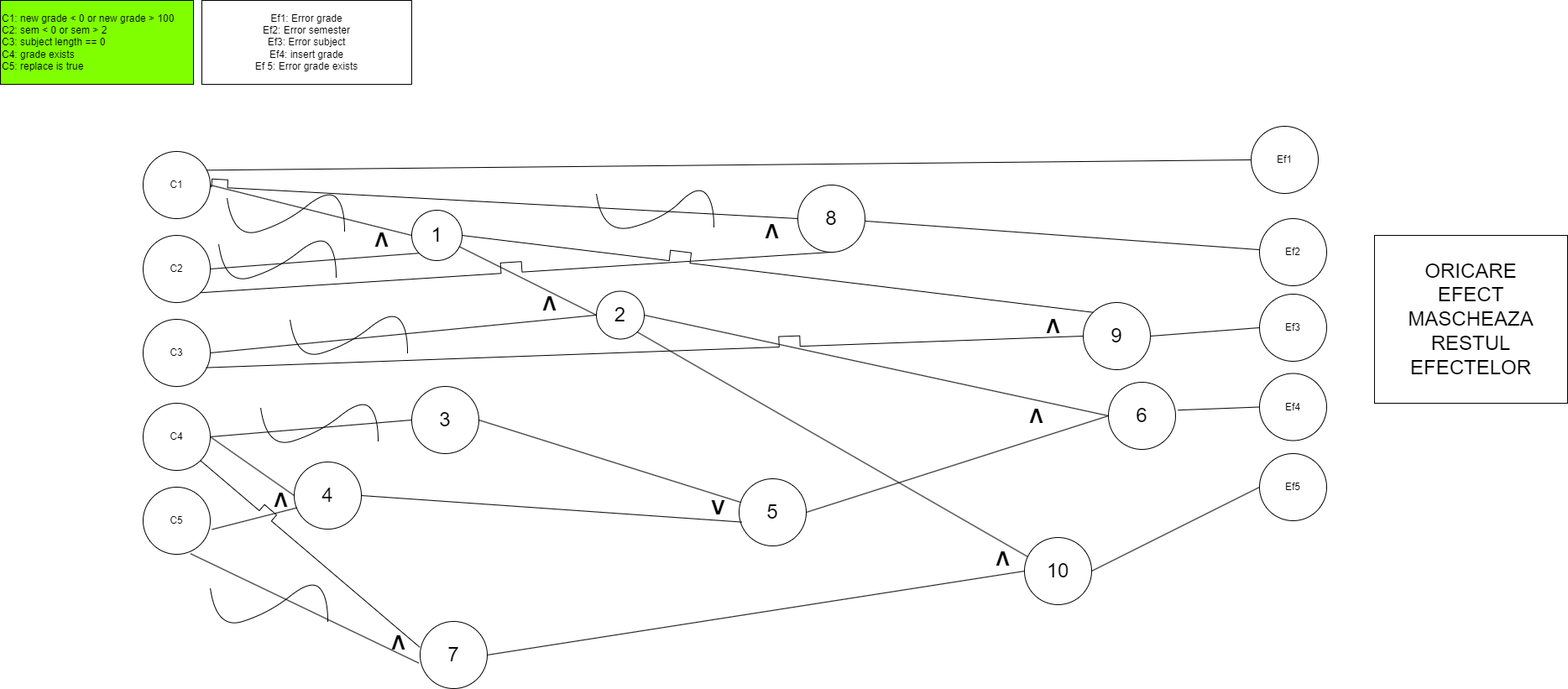
This is Functional/Cause_effect_graph/Documents/Method1_cause-effect_graph.drawio.png from Swizop/proiect-testarea-sistemelor-software, a draw.io export, as it was before one commit. Source tidied: cells renumbered, new cells last; positions are measured from the earlier drawing's top-left corner, leaving out a move shared by most shapes. Its diagram source:
```xml
<mxGraphModel>
  <root>
    <mxCell id="0" />
    <mxCell id="1" parent="0" />
    <mxCell id="2" value="C1" style="ellipse;whiteSpace=wrap;html=1;" parent="1" vertex="1">
      <mxGeometry x="170" y="180" width="80" height="80" as="geometry" />
    </mxCell>
    <mxCell id="3" value="C2" style="ellipse;whiteSpace=wrap;html=1;" parent="1" vertex="1">
      <mxGeometry x="170" y="280" width="80" height="80" as="geometry" />
    </mxCell>
    <mxCell id="4" value="C3" style="ellipse;whiteSpace=wrap;html=1;" parent="1" vertex="1">
      <mxGeometry x="170" y="380" width="80" height="80" as="geometry" />
    </mxCell>
    <mxCell id="5" value="C4" style="ellipse;whiteSpace=wrap;html=1;" parent="1" vertex="1">
      <mxGeometry x="170" y="480" width="80" height="80" as="geometry" />
    </mxCell>
    <mxCell id="6" value="&lt;div style=&quot;&quot;&gt;C1: new grade &amp;lt; 0 or new grade &amp;gt; 100&lt;/div&gt;&lt;div style=&quot;&quot;&gt;C2: sem &amp;lt; 0 or sem &amp;gt; 2&lt;br&gt;C3: subject length == 0&lt;/div&gt;&lt;div style=&quot;&quot;&gt;C4: grade exists&lt;/div&gt;&lt;div style=&quot;&quot;&gt;C5: replace is true&lt;/div&gt;" style="rounded=0;whiteSpace=wrap;html=1;labelBackgroundColor=#80FF00;fillColor=#80FF00;align=left;" parent="1" vertex="1">
      <mxGeometry width="230" height="100" as="geometry" />
    </mxCell>
    <mxCell id="7" value="Ef1: Error grade&lt;br&gt;Ef2: Error semester&lt;br&gt;Ef3: Error subject&lt;br&gt;Ef4: insert grade&lt;br&gt;Ef 5: Error grade exists" style="rounded=0;whiteSpace=wrap;html=1;labelBackgroundColor=none;fillColor=none;" parent="1" vertex="1">
      <mxGeometry x="240" width="250" height="100" as="geometry" />
    </mxCell>
    <mxCell id="8" value="Ef1" style="ellipse;whiteSpace=wrap;html=1;" parent="1" vertex="1">
      <mxGeometry x="1490" y="150" width="80" height="80" as="geometry" />
    </mxCell>
    <mxCell id="9" value="Ef2" style="ellipse;whiteSpace=wrap;html=1;" parent="1" vertex="1">
      <mxGeometry x="1500" y="260" width="80" height="80" as="geometry" />
    </mxCell>
    <mxCell id="10" value="Ef3" style="ellipse;whiteSpace=wrap;html=1;" parent="1" vertex="1">
      <mxGeometry x="1500" y="350" width="80" height="80" as="geometry" />
    </mxCell>
    <mxCell id="11" value="Ef4" style="ellipse;whiteSpace=wrap;html=1;" parent="1" vertex="1">
      <mxGeometry x="1500" y="444.5" width="80" height="80" as="geometry" />
    </mxCell>
    <mxCell id="12" value="Ef5" style="ellipse;whiteSpace=wrap;html=1;" parent="1" vertex="1">
      <mxGeometry x="1500" y="540" width="80" height="80" as="geometry" />
    </mxCell>
    <mxCell id="13" style="endArrow=none;html=1;rounded=0;exitX=1;exitY=0.5;exitDx=0;exitDy=0;entryX=0;entryY=0.5;entryDx=0;entryDy=0;" parent="1" edge="1" source="2" target="14">
      <mxGeometry relative="1" as="geometry" />
    </mxCell>
    <mxCell id="14" value="&lt;font style=&quot;font-size: 24px;&quot;&gt;1&lt;/font&gt;" style="ellipse;whiteSpace=wrap;html=1;labelBackgroundColor=none;fillColor=none;" parent="1" vertex="1">
      <mxGeometry x="490" y="250" width="60" height="60" as="geometry" />
    </mxCell>
    <mxCell id="15" style="curved=1;endArrow=none;html=1;rounded=0;endFill=0;" parent="1" edge="1">
      <mxGeometry relative="1" as="geometry">
        <mxPoint x="270" y="235" as="sourcePoint" />
        <mxPoint x="410" y="275" as="targetPoint" />
        <Array as="points">
          <mxPoint x="277" y="285" />
          <mxPoint x="340" y="265" />
          <mxPoint x="390" y="225" />
          <mxPoint x="410" y="245" />
        </Array>
      </mxGeometry>
    </mxCell>
    <mxCell id="16" style="endArrow=none;html=1;rounded=0;entryX=0;entryY=1;entryDx=0;entryDy=0;exitX=1;exitY=0.5;exitDx=0;exitDy=0;" parent="1" edge="1" source="3" target="14">
      <mxGeometry relative="1" as="geometry" />
    </mxCell>
    <mxCell id="17" style="curved=1;endArrow=none;html=1;rounded=0;endFill=0;" parent="1" edge="1">
      <mxGeometry relative="1" as="geometry">
        <mxPoint x="260" y="290" as="sourcePoint" />
        <mxPoint x="400" y="330" as="targetPoint" />
        <Array as="points">
          <mxPoint x="267" y="340" />
          <mxPoint x="330" y="320" />
          <mxPoint x="380" y="280" />
          <mxPoint x="400" y="300" />
        </Array>
      </mxGeometry>
    </mxCell>
    <mxCell id="18" style="endArrow=none;html=1;rounded=0;fontSize=24;exitX=1;exitY=0.5;exitDx=0;exitDy=0;entryX=0;entryY=0.5;entryDx=0;entryDy=0;" parent="1" edge="1" source="4" target="20">
      <mxGeometry relative="1" as="geometry" />
    </mxCell>
    <mxCell id="19" style="curved=1;endArrow=none;html=1;rounded=0;endFill=0;" parent="1" edge="1">
      <mxGeometry relative="1" as="geometry">
        <mxPoint x="345" y="380" as="sourcePoint" />
        <mxPoint x="485" y="420" as="targetPoint" />
        <Array as="points">
          <mxPoint x="352" y="430" />
          <mxPoint x="415" y="410" />
          <mxPoint x="465" y="370" />
          <mxPoint x="485" y="390" />
        </Array>
      </mxGeometry>
    </mxCell>
    <mxCell id="20" value="2" style="ellipse;whiteSpace=wrap;html=1;labelBackgroundColor=none;fontSize=24;fillColor=none;" parent="1" vertex="1">
      <mxGeometry x="710" y="346.5" width="57" height="57" as="geometry" />
    </mxCell>
    <mxCell id="21" value="C5" style="ellipse;whiteSpace=wrap;html=1;" parent="1" vertex="1">
      <mxGeometry x="170" y="580" width="80" height="80" as="geometry" />
    </mxCell>
    <mxCell id="22" style="endArrow=none;html=1;rounded=0;fontSize=24;entryX=0;entryY=0.5;entryDx=0;entryDy=0;" parent="1" edge="1" source="14" target="20">
      <mxGeometry relative="1" as="geometry" />
    </mxCell>
    <mxCell id="23" style="endArrow=none;html=1;rounded=0;fontSize=24;exitX=1;exitY=0.5;exitDx=0;exitDy=0;entryX=0;entryY=0.5;entryDx=0;entryDy=0;" parent="1" edge="1" source="5" target="25">
      <mxGeometry relative="1" as="geometry" />
    </mxCell>
    <mxCell id="24" style="endArrow=none;html=1;rounded=0;fontSize=24;exitX=1.025;exitY=0.63;exitDx=0;exitDy=0;exitPerimeter=0;entryX=0.042;entryY=0.682;entryDx=0;entryDy=0;entryPerimeter=0;" parent="1" edge="1" source="21" target="25">
      <mxGeometry relative="1" as="geometry" />
    </mxCell>
    <mxCell id="25" value="&lt;font style=&quot;font-size: 24px;&quot;&gt;4&lt;/font&gt;" style="ellipse;whiteSpace=wrap;html=1;labelBackgroundColor=none;fillColor=none;" parent="1" vertex="1">
      <mxGeometry x="350" y="550" width="80" height="80" as="geometry" />
    </mxCell>
    <mxCell id="26" value="V" style="text;html=1;align=center;verticalAlign=middle;strokeColor=none;fillColor=none;fontSize=24;fontStyle=1;" parent="1" vertex="1">
      <mxGeometry x="840" y="590" width="30" height="30" as="geometry" />
    </mxCell>
    <mxCell id="27" value="&lt;font style=&quot;font-size: 24px;&quot;&gt;3&lt;/font&gt;" style="ellipse;whiteSpace=wrap;html=1;labelBackgroundColor=none;fillColor=none;" parent="1" vertex="1">
      <mxGeometry x="490" y="460" width="80" height="80" as="geometry" />
    </mxCell>
    <mxCell id="28" style="endArrow=none;html=1;rounded=0;fontSize=24;exitX=1;exitY=0.5;exitDx=0;exitDy=0;entryX=0;entryY=0.5;entryDx=0;entryDy=0;" parent="1" edge="1" source="5" target="27">
      <mxGeometry relative="1" as="geometry" />
    </mxCell>
    <mxCell id="29" style="curved=1;endArrow=none;html=1;rounded=0;endFill=0;" parent="1" edge="1">
      <mxGeometry relative="1" as="geometry">
        <mxPoint x="310" y="485" as="sourcePoint" />
        <mxPoint x="450" y="525" as="targetPoint" />
        <Array as="points">
          <mxPoint x="317" y="535" />
          <mxPoint x="380" y="515" />
          <mxPoint x="430" y="475" />
          <mxPoint x="450" y="495" />
        </Array>
      </mxGeometry>
    </mxCell>
    <mxCell id="30" style="endArrow=none;html=1;rounded=0;fontSize=24;exitX=1;exitY=0.5;exitDx=0;exitDy=0;entryX=0.04;entryY=0.645;entryDx=0;entryDy=0;entryPerimeter=0;" parent="1" edge="1" source="25" target="32">
      <mxGeometry relative="1" as="geometry" />
    </mxCell>
    <mxCell id="31" style="endArrow=none;html=1;rounded=0;fontSize=24;exitX=1;exitY=0.5;exitDx=0;exitDy=0;" parent="1" edge="1" source="27" target="32">
      <mxGeometry relative="1" as="geometry" />
    </mxCell>
    <mxCell id="32" value="&lt;font style=&quot;font-size: 24px;&quot;&gt;5&lt;/font&gt;" style="ellipse;whiteSpace=wrap;html=1;labelBackgroundColor=none;fillColor=none;" parent="1" vertex="1">
      <mxGeometry x="880" y="570" width="80" height="80" as="geometry" />
    </mxCell>
    <mxCell id="33" value="V" style="text;html=1;align=center;verticalAlign=middle;strokeColor=none;fillColor=none;fontSize=24;fontStyle=1;rotation=-180;" parent="1" vertex="1">
      <mxGeometry x="440" y="270" width="30" height="30" as="geometry" />
    </mxCell>
    <mxCell id="34" value="V" style="text;html=1;align=center;verticalAlign=middle;strokeColor=none;fillColor=none;fontSize=24;fontStyle=1;rotation=-180;" parent="1" vertex="1">
      <mxGeometry x="640" y="346.5" width="30" height="30" as="geometry" />
    </mxCell>
    <mxCell id="35" value="V" style="text;html=1;align=center;verticalAlign=middle;strokeColor=none;fillColor=none;fontSize=24;fontStyle=1;rotation=-180;" parent="1" vertex="1">
      <mxGeometry x="320" y="580" width="30" height="30" as="geometry" />
    </mxCell>
    <mxCell id="36" style="endArrow=none;html=1;rounded=0;fontSize=24;exitX=1;exitY=0.5;exitDx=0;exitDy=0;entryX=0;entryY=0.5;entryDx=0;entryDy=0;" parent="1" edge="1" source="20" target="38">
      <mxGeometry relative="1" as="geometry" />
    </mxCell>
    <mxCell id="37" style="endArrow=none;html=1;rounded=0;fontSize=24;exitX=1;exitY=0.5;exitDx=0;exitDy=0;entryX=0;entryY=0.5;entryDx=0;entryDy=0;" parent="1" edge="1" source="32" target="38">
      <mxGeometry relative="1" as="geometry" />
    </mxCell>
    <mxCell id="38" value="&lt;span style=&quot;font-size: 24px;&quot;&gt;6&lt;/span&gt;" style="ellipse;whiteSpace=wrap;html=1;labelBackgroundColor=none;fillColor=none;" parent="1" vertex="1">
      <mxGeometry x="1320" y="455" width="80" height="80" as="geometry" />
    </mxCell>
    <mxCell id="39" value="V" style="text;html=1;align=center;verticalAlign=middle;strokeColor=none;fillColor=none;fontSize=24;fontStyle=1;rotation=-180;" parent="1" vertex="1">
      <mxGeometry x="1220" y="480" width="30" height="30" as="geometry" />
    </mxCell>
    <mxCell id="40" style="endArrow=none;html=1;rounded=0;fontSize=24;exitX=1.035;exitY=0.415;exitDx=0;exitDy=0;entryX=0;entryY=0.5;entryDx=0;entryDy=0;exitPerimeter=0;" parent="1" edge="1" source="38" target="11">
      <mxGeometry relative="1" as="geometry" />
    </mxCell>
    <mxCell id="41" style="endArrow=none;html=1;rounded=0;fontSize=24;exitX=1;exitY=1;exitDx=0;exitDy=0;entryX=-0.005;entryY=0.385;entryDx=0;entryDy=0;entryPerimeter=0;jumpStyle=sharp;jumpSize=19;" parent="1" edge="1" source="5" target="44">
      <mxGeometry relative="1" as="geometry" />
    </mxCell>
    <mxCell id="42" style="endArrow=none;html=1;rounded=0;fontSize=24;exitX=0.705;exitY=0.99;exitDx=0;exitDy=0;exitPerimeter=0;entryX=-0.02;entryY=0.62;entryDx=0;entryDy=0;entryPerimeter=0;" parent="1" edge="1" source="21" target="44">
      <mxGeometry relative="1" as="geometry" />
    </mxCell>
    <mxCell id="43" style="curved=1;endArrow=none;html=1;rounded=0;endFill=0;" parent="1" edge="1">
      <mxGeometry relative="1" as="geometry">
        <mxPoint x="250" y="700" as="sourcePoint" />
        <mxPoint x="390" y="740" as="targetPoint" />
        <Array as="points">
          <mxPoint x="257" y="750" />
          <mxPoint x="320" y="730" />
          <mxPoint x="370" y="690" />
          <mxPoint x="390" y="710" />
        </Array>
      </mxGeometry>
    </mxCell>
    <mxCell id="44" value="&lt;font style=&quot;font-size: 24px;&quot;&gt;7&lt;/font&gt;" style="ellipse;whiteSpace=wrap;html=1;labelBackgroundColor=none;fillColor=none;" parent="1" vertex="1">
      <mxGeometry x="500" y="740" width="80" height="80" as="geometry" />
    </mxCell>
    <mxCell id="45" value="V" style="text;html=1;align=center;verticalAlign=middle;strokeColor=none;fillColor=none;fontSize=24;fontStyle=1;rotation=-180;" parent="1" vertex="1">
      <mxGeometry x="460" y="750" width="30" height="30" as="geometry" />
    </mxCell>
    <mxCell id="46" style="endArrow=none;html=1;rounded=0;fontSize=24;exitX=1;exitY=0.5;exitDx=0;exitDy=0;entryX=0;entryY=0.5;entryDx=0;entryDy=0;" parent="1" edge="1" source="44" target="60">
      <mxGeometry relative="1" as="geometry" />
    </mxCell>
    <mxCell id="47" style="endArrow=none;html=1;rounded=0;fontSize=24;entryX=0;entryY=0.5;entryDx=0;entryDy=0;exitX=0.942;exitY=0.279;exitDx=0;exitDy=0;exitPerimeter=0;" parent="1" edge="1" source="2" target="8">
      <mxGeometry relative="1" as="geometry" />
    </mxCell>
    <mxCell id="48" style="endArrow=none;html=1;rounded=0;fontSize=24;exitX=1;exitY=1;exitDx=0;exitDy=0;jumpStyle=sharp;jumpSize=25;entryX=0.5;entryY=1;entryDx=0;entryDy=0;" parent="1" edge="1" source="3" target="52">
      <mxGeometry relative="1" as="geometry" />
    </mxCell>
    <mxCell id="49" style="endArrow=none;html=1;rounded=0;fontSize=24;exitX=0.94;exitY=0.72;exitDx=0;exitDy=0;exitPerimeter=0;jumpStyle=sharp;jumpSize=25;entryX=0;entryY=0.5;entryDx=0;entryDy=0;" parent="1" edge="1" source="4" target="56">
      <mxGeometry relative="1" as="geometry" />
    </mxCell>
    <mxCell id="50" value="ORICARE&lt;br&gt;EFECT MASCHEAZA RESTUL EFECTELOR" style="rounded=0;whiteSpace=wrap;html=1;labelBackgroundColor=none;fontSize=24;fillColor=none;" parent="1" vertex="1">
      <mxGeometry x="1637" y="280" width="230" height="200" as="geometry" />
    </mxCell>
    <mxCell id="51" style="endArrow=none;html=1;rounded=0;fontSize=24;jumpStyle=sharp;jumpSize=19;entryX=0;entryY=0.5;entryDx=0;entryDy=0;" parent="1" edge="1" source="2" target="52">
      <mxGeometry relative="1" as="geometry" />
    </mxCell>
    <mxCell id="52" value="&lt;span style=&quot;font-size: 24px;&quot;&gt;8&lt;/span&gt;" style="ellipse;whiteSpace=wrap;html=1;labelBackgroundColor=none;fillColor=none;" parent="1" vertex="1">
      <mxGeometry x="950" y="220" width="80" height="80" as="geometry" />
    </mxCell>
    <mxCell id="53" value="V" style="text;html=1;align=center;verticalAlign=middle;strokeColor=none;fillColor=none;fontSize=24;fontStyle=1;rotation=-180;" parent="1" vertex="1">
      <mxGeometry x="905" y="260" width="30" height="30" as="geometry" />
    </mxCell>
    <mxCell id="54" style="curved=1;endArrow=none;html=1;rounded=0;endFill=0;" parent="1" edge="1">
      <mxGeometry relative="1" as="geometry">
        <mxPoint x="710" y="230" as="sourcePoint" />
        <mxPoint x="850" y="270" as="targetPoint" />
        <Array as="points">
          <mxPoint x="717" y="280" />
          <mxPoint x="790" y="260" />
          <mxPoint x="830" y="220" />
          <mxPoint x="850" y="240" />
        </Array>
      </mxGeometry>
    </mxCell>
    <mxCell id="55" style="endArrow=none;html=1;rounded=0;fontSize=24;jumpStyle=sharp;jumpSize=19;" parent="1" edge="1" source="52" target="9">
      <mxGeometry relative="1" as="geometry" />
    </mxCell>
    <mxCell id="56" value="&lt;span style=&quot;font-size: 24px;&quot;&gt;9&lt;/span&gt;" style="ellipse;whiteSpace=wrap;html=1;labelBackgroundColor=none;fillColor=none;" parent="1" vertex="1">
      <mxGeometry x="1290" y="360" width="80" height="80" as="geometry" />
    </mxCell>
    <mxCell id="57" style="endArrow=none;html=1;rounded=0;fontSize=24;jumpStyle=sharp;jumpSize=19;entryX=0;entryY=0.5;entryDx=0;entryDy=0;exitX=1;exitY=0.5;exitDx=0;exitDy=0;" parent="1" edge="1" source="56" target="10">
      <mxGeometry relative="1" as="geometry" />
    </mxCell>
    <mxCell id="58" value="V" style="text;html=1;align=center;verticalAlign=middle;strokeColor=none;fillColor=none;fontSize=24;fontStyle=1;rotation=-180;" parent="1" vertex="1">
      <mxGeometry x="1240" y="373.5" width="30" height="30" as="geometry" />
    </mxCell>
    <mxCell id="59" style="endArrow=none;html=1;rounded=0;fontSize=24;exitX=1;exitY=0.5;exitDx=0;exitDy=0;entryX=0;entryY=0;entryDx=0;entryDy=0;jumpStyle=sharp;jumpSize=25;" parent="1" edge="1" source="14" target="56">
      <mxGeometry relative="1" as="geometry" />
    </mxCell>
    <mxCell id="60" value="&lt;span style=&quot;font-size: 24px;&quot;&gt;10&lt;/span&gt;" style="ellipse;whiteSpace=wrap;html=1;labelBackgroundColor=none;fillColor=none;" parent="1" vertex="1">
      <mxGeometry x="1220" y="640" width="80" height="80" as="geometry" />
    </mxCell>
    <mxCell id="61" style="endArrow=none;html=1;rounded=0;fontSize=24;exitX=1;exitY=0.5;exitDx=0;exitDy=0;entryX=0;entryY=0.5;entryDx=0;entryDy=0;" parent="1" edge="1" source="60" target="12">
      <mxGeometry relative="1" as="geometry" />
    </mxCell>
    <mxCell id="62" value="V" style="text;html=1;align=center;verticalAlign=middle;strokeColor=none;fillColor=none;fontSize=24;fontStyle=1;rotation=-180;" parent="1" vertex="1">
      <mxGeometry x="1180" y="650" width="30" height="30" as="geometry" />
    </mxCell>
    <mxCell id="63" style="endArrow=none;html=1;rounded=0;fontSize=24;exitX=1;exitY=1;exitDx=0;exitDy=0;entryX=0.048;entryY=0.286;entryDx=0;entryDy=0;entryPerimeter=0;" parent="1" edge="1" source="20" target="60">
      <mxGeometry relative="1" as="geometry" />
    </mxCell>
  </root>
</mxGraphModel>
```
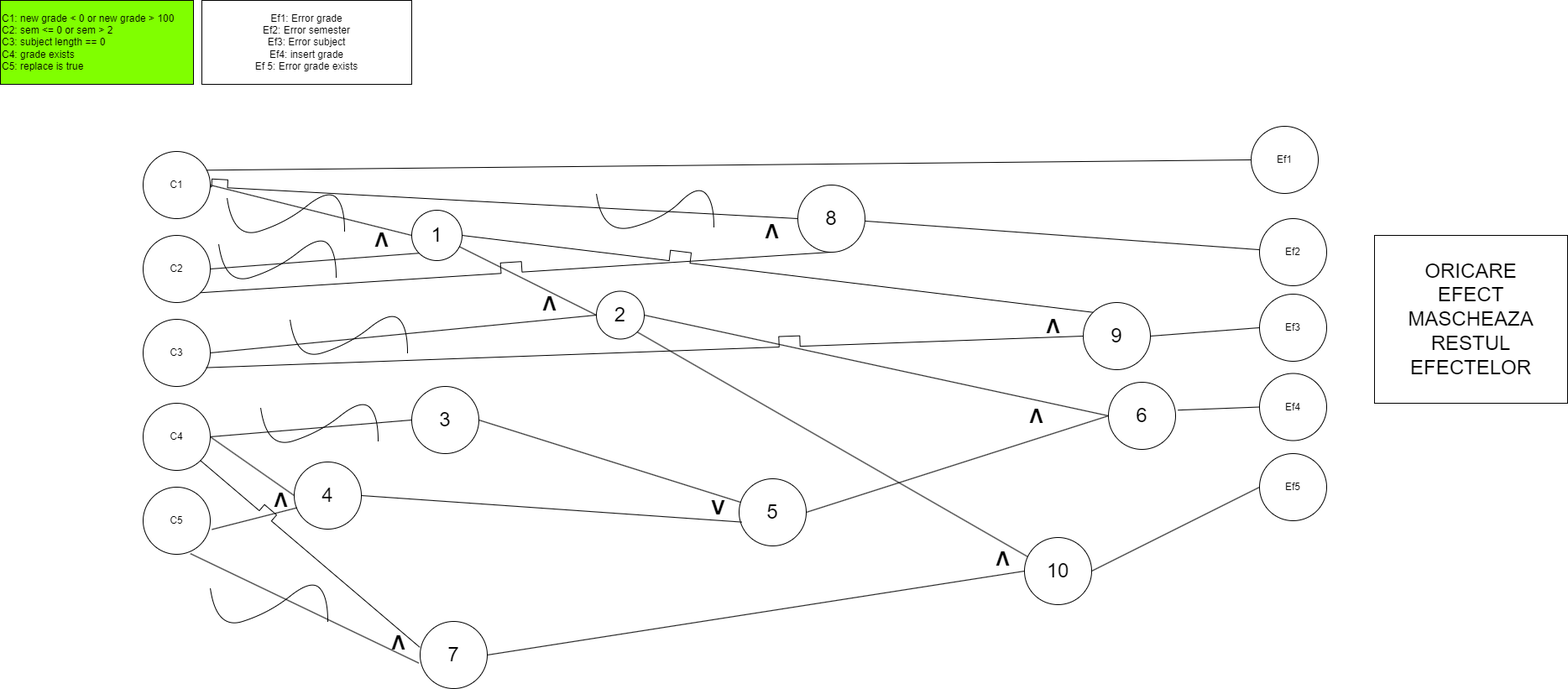
Above is the later version.

The edit, as a diff of the source:
```diff
@@ -14,7 +14,7 @@
     <mxCell id="5" value="C4" style="ellipse;whiteSpace=wrap;html=1;" parent="1" vertex="1">
       <mxGeometry x="170" y="480" width="80" height="80" as="geometry" />
     </mxCell>
-    <mxCell id="6" value="&lt;div style=&quot;&quot;&gt;C1: new grade &amp;lt; 0 or new grade &amp;gt; 100&lt;/div&gt;&lt;div style=&quot;&quot;&gt;C2: sem &amp;lt; 0 or sem &amp;gt; 2&lt;br&gt;C3: subject length == 0&lt;/div&gt;&lt;div style=&quot;&quot;&gt;C4: grade exists&lt;/div&gt;&lt;div style=&quot;&quot;&gt;C5: replace is true&lt;/div&gt;" style="rounded=0;whiteSpace=wrap;html=1;labelBackgroundColor=#80FF00;fillColor=#80FF00;align=left;" parent="1" vertex="1">
+    <mxCell id="6" value="&lt;div style=&quot;&quot;&gt;C1: new grade &amp;lt; 0 or new grade &amp;gt; 100&lt;/div&gt;&lt;div style=&quot;&quot;&gt;C2: sem &amp;lt;= 0 or sem &amp;gt; 2&lt;br&gt;C3: subject length == 0&lt;/div&gt;&lt;div style=&quot;&quot;&gt;C4: grade exists&lt;/div&gt;&lt;div style=&quot;&quot;&gt;C5: replace is true&lt;/div&gt;" style="rounded=0;whiteSpace=wrap;html=1;labelBackgroundColor=#80FF00;fillColor=#80FF00;align=left;" parent="1" vertex="1">
       <mxGeometry width="230" height="100" as="geometry" />
     </mxCell>
     <mxCell id="7" value="Ef1: Error grade&lt;br&gt;Ef2: Error semester&lt;br&gt;Ef3: Error subject&lt;br&gt;Ef4: insert grade&lt;br&gt;Ef 5: Error grade exists" style="rounded=0;whiteSpace=wrap;html=1;labelBackgroundColor=none;fillColor=none;" parent="1" vertex="1">
```
